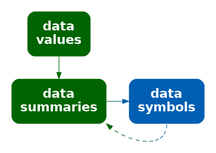
Earlier version of the Graphviz export Diagrams/stat-sym-decode.png (pmur002/hdvw). Its source is kept beside it as Diagrams/stat-sym-decode.dot.
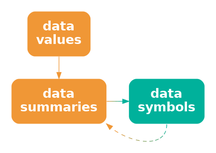
The same file after the commit.

Diff of the diagram source:
```diff
@@ -1,12 +1,12 @@
 digraph {
   graph [ rankdir=LR; margin=.2; nodesep=.5 ];
   node [ fontsize=20; fontname="sans bold"; margin=.2 ];
-  data [ label="data\nvalues"; shape=box; style="filled, rounded"; penwidth=0; fontcolor=white; fillcolor="#006400" ]
-  stat [ label="data\nsummaries"; shape=box; style="filled, rounded"; penwidth=0; fontcolor=white; fillcolor="#006400" ]
+  data [ label="data\nvalues"; shape=box; style="filled, rounded"; penwidth=0; fontcolor=white; fillcolor="#F09736" ]
+  stat [ label="data\nsummaries"; shape=box; style="filled, rounded"; penwidth=0; fontcolor=white; fillcolor="#F09736" ]
   sym [ label="data\nsymbols"; shape=box;
-     style="filled, rounded"; penwidth=0; fontcolor=white; fillcolor="#005FB2" ]
-  data -> stat [ color="#006400" ]
-  stat -> sym [ color="#006400;0.1:#006314;0.1:#006328;0.1:#00623B;0.1:#00624F;0.1:#006163;0.1:#006177;0.1:#00608A;0.1:#00609E;0.1:#005FB2;0.1" ]
-  sym:s -> stat:se [ style="dashed", color="#005FB2;0.1:#00609E;0.1:#00608A;0.1:#006177;0.1:#006163;0.1:#00624F;0.1:#00623B;0.1:#006328;0.1:#006314;0.1:#006400;0.1" ]
+     style="filled, rounded"; penwidth=0; fontcolor=white; fillcolor="#00B19B" ]
+  data -> stat [ color="#F09736" ]
+  stat -> sym [ color="#F09736;0.1:#D59A41;0.1:#BB9D4C;0.1:#A0A058;0.1:#85A363;0.1:#6BA56E;0.1:#50A879;0.1:#35AB85;0.1:#1BAE90;0.1:#00B19B;0.1" ]
+  sym:s -> stat:se [ style="dashed", color="#00B19B;0.1:#1BAE90;0.1:#35AB85;0.1:#50A879;0.1:#6BA56E;0.1:#85A363;0.1:#A0A058;0.1:#BB9D4C;0.1:#D59A41;0.1:#F09736;0.1" ]
 { rank=same; data, stat }
 }
```
